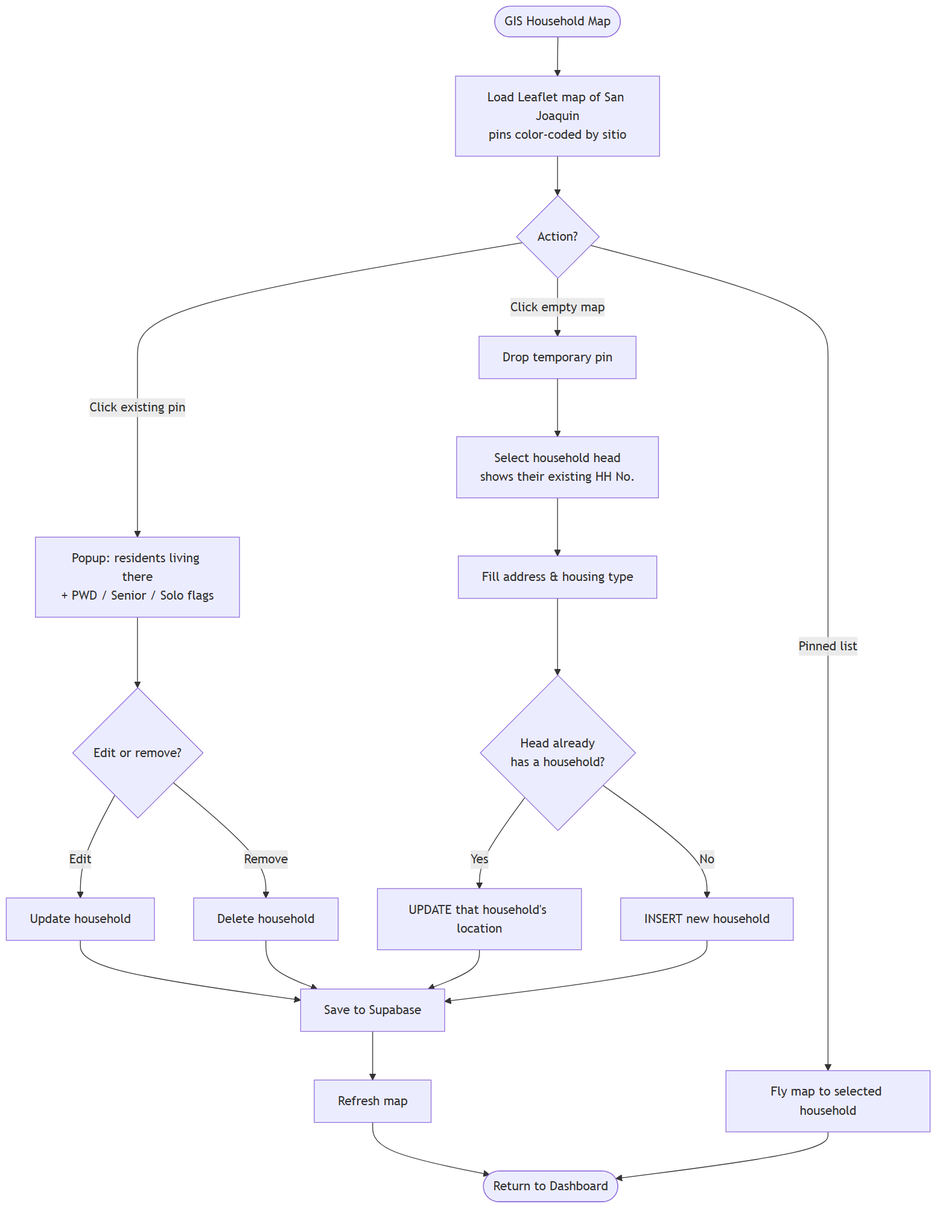
Earlier version of the Mermaid export diagrams/modules/gis_household_map.png (KellyEspera/protect). Its source is kept beside it as diagrams/modules/gis_household_map.mmd.
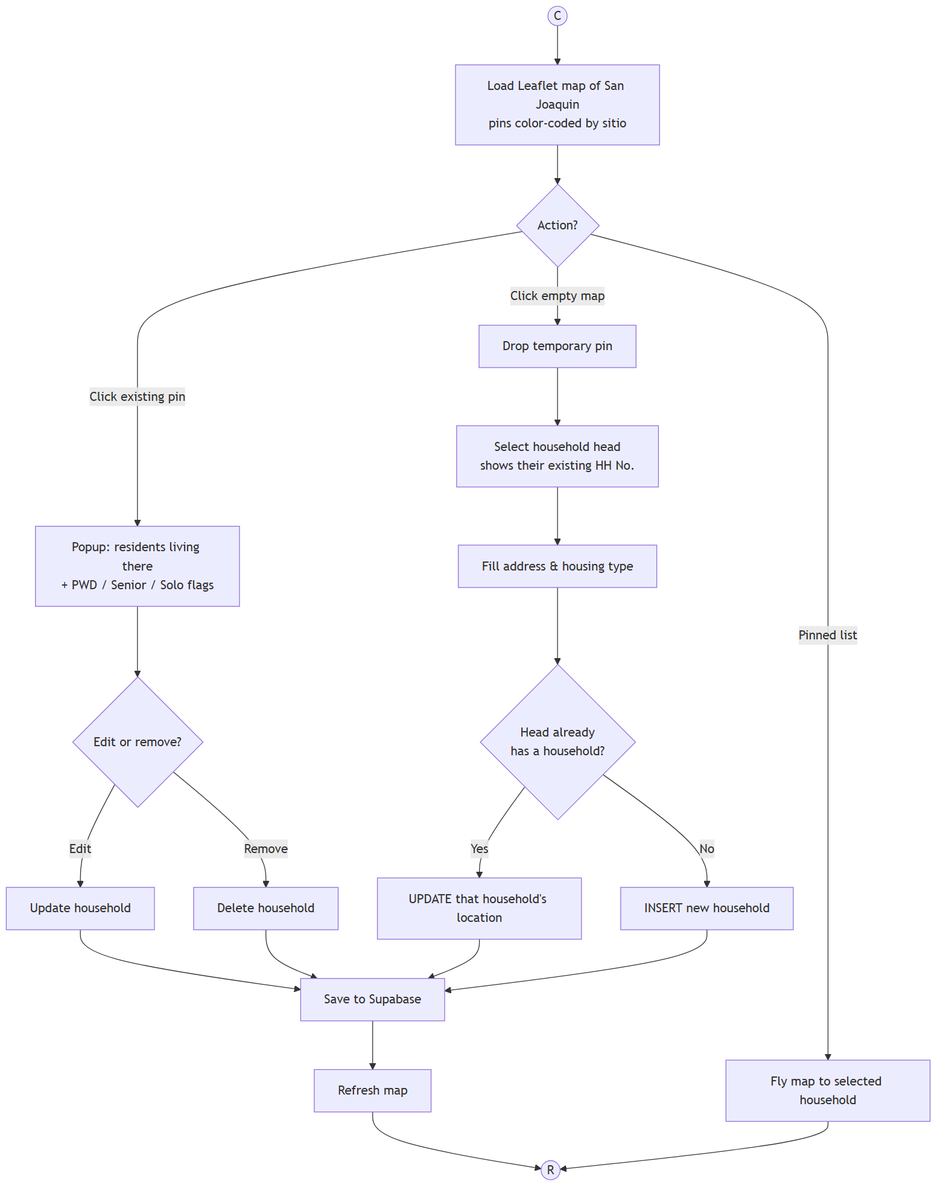
Above is the later version.

The edit, as a diff of the source:
```diff
@@ -1,5 +1,5 @@
 flowchart TD
-    E([GIS Household Map]) --> Load[Load Leaflet map of San Joaquin<br/>pins color-coded by sitio]
+    C((C)) --> Load[Load Leaflet map of San Joaquin<br/>pins color-coded by sitio]
     Load --> Act{Action?}
 
     Act -- Click existing pin --> Pop[Popup: residents living there<br/>+ PWD / Senior / Solo flags]
@@ -18,5 +18,5 @@
 
     Act -- Pinned list --> Fly[Fly map to selected household]
 
-    SaveU --> Refresh[Refresh map] --> Done([Return to Dashboard])
-    Fly --> Done
+    SaveU --> Refresh[Refresh map] --> R((R))
+    Fly --> R
```
